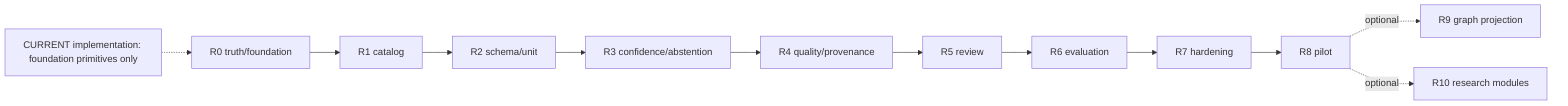
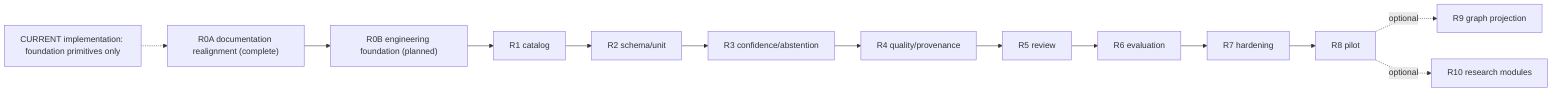
flowchart LR
-   R0["R0 truth/foundation"] --> R1["R1 catalog"] --> R2["R2 schema/unit"] --> R3["R3 confidence/abstention"] --> R4["R4 quality/provenance"] --> R5["R5 review"] --> R6["R6 evaluation"] --> R7["R7 hardening"] --> R8["R8 pilot"]
+   R0A["R0A documentation realignment (complete)"] --> R0B["R0B engineering foundation (planned)"] --> R1["R1 catalog"] --> R2["R2 schema/unit"] --> R3["R3 confidence/abstention"] --> R4["R4 quality/provenance"] --> R5["R5 review"] --> R6["R6 evaluation"] --> R7["R7 hardening"] --> R8["R8 pilot"]
  R8 -. optional .-> R9["R9 graph projection"]
  R8 -. optional .-> R10["R10 research modules"]
-   note["CURRENT implementation: foundation primitives only"] -.-> R0
+   note["CURRENT implementation: foundation primitives only"] -.-> R0A
